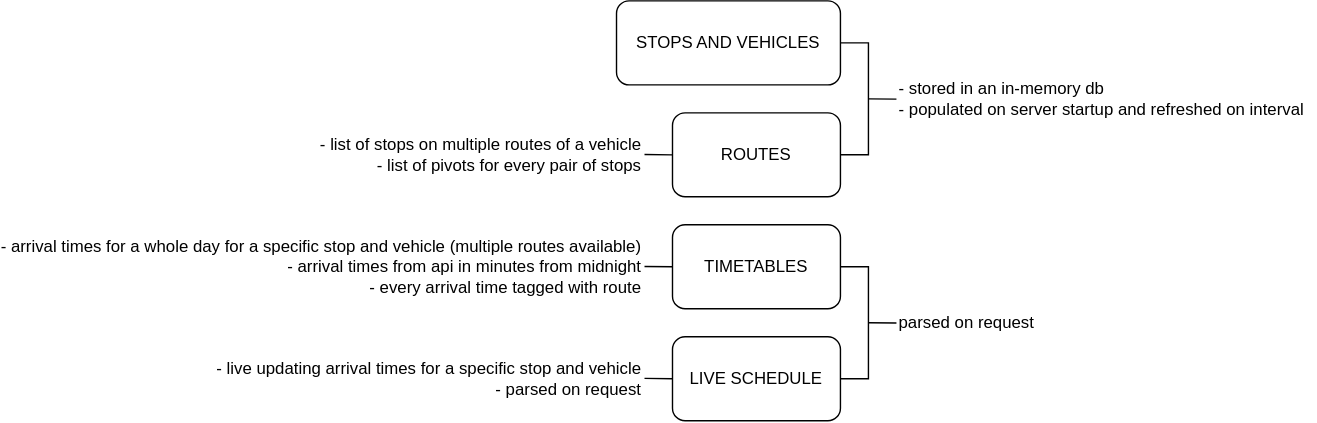
Above: diagrams/components.drawio.svg in BlazekWasTaken/mpk-lodz-parser-net (draw.io), before the change. Source tidied: cells renumbered, new cells last; positions are measured from the earlier drawing's top-left corner, leaving out a move shared by most shapes.
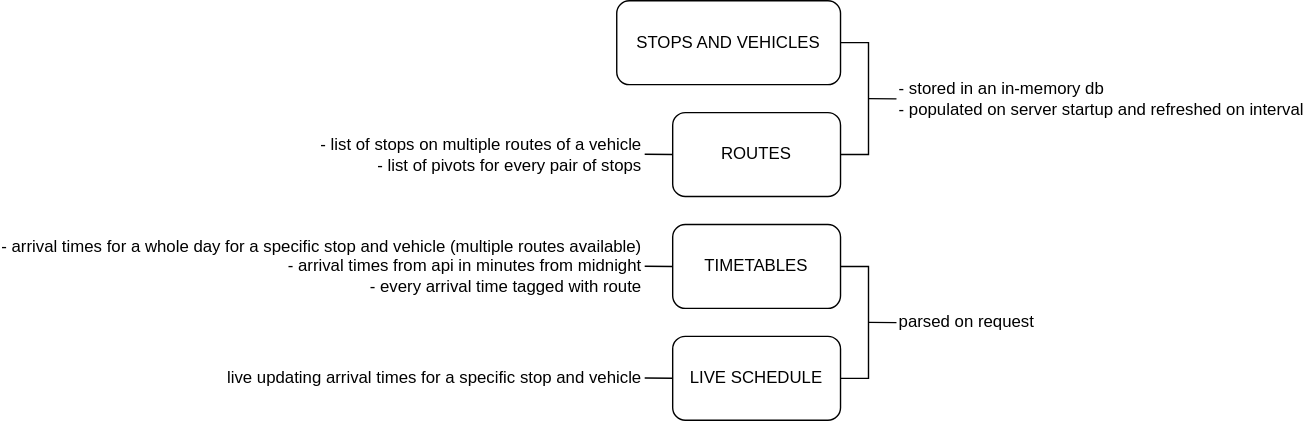
After the change.

Commit message:
fixed error in diagram

Change to the diagram source:
```diff
@@ -43,7 +43,7 @@
     <mxCell id="11" value="&lt;div&gt;- list of stops on multiple routes of a vehicle&lt;/div&gt;&lt;div&gt;- list of pivots for every pair of stops&lt;/div&gt;" style="text;html=1;align=right;verticalAlign=middle;whiteSpace=wrap;rounded=0;" parent="1" vertex="1">
       <mxGeometry x="220" y="80" width="240" height="60" as="geometry" />
     </mxCell>
-    <mxCell id="12" value="&lt;div&gt;- live updating arrival times for a specific stop and vehicle&lt;/div&gt;&lt;div&gt;- parsed on request&lt;/div&gt;" style="text;html=1;align=right;verticalAlign=middle;whiteSpace=wrap;rounded=0;" parent="1" vertex="1">
+    <mxCell id="12" value="&lt;div&gt;live updating arrival times for a specific stop and vehicle&lt;/div&gt;" style="text;html=1;align=right;verticalAlign=middle;whiteSpace=wrap;rounded=0;" parent="1" vertex="1">
       <mxGeometry x="130" y="250" width="330" height="40" as="geometry" />
     </mxCell>
     <mxCell id="13" style="endArrow=none;html=1;rounded=0;exitX=1;exitY=0.5;exitDx=0;exitDy=0;" parent="1" edge="1">
```
